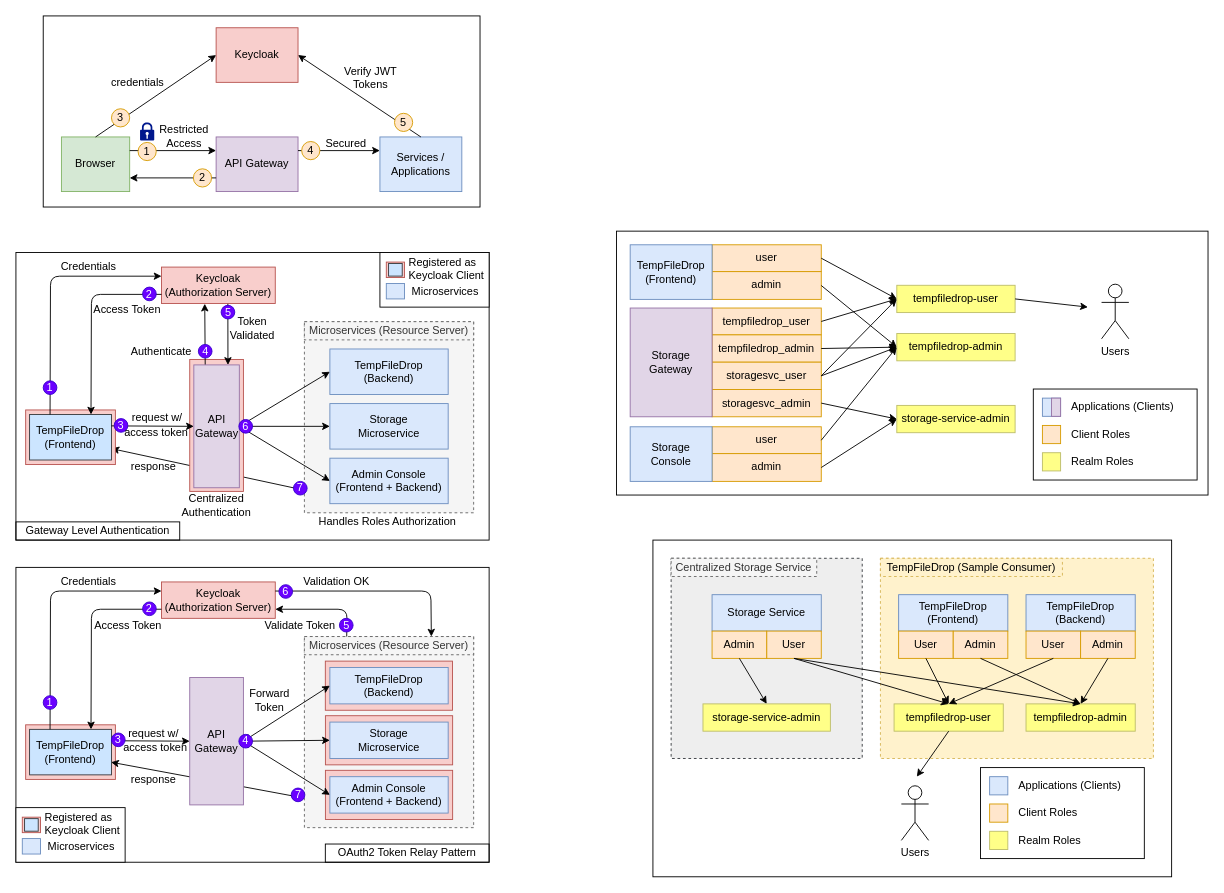
Earlier version of the draw.io diagram doc/keycloak.drawio (awarenessxz/TempFileDrop). Source tidied: cells renumbered, new cells numbered last; positions are measured from the earlier drawing's top-left corner, leaving out a move shared by most shapes. Both pictures are drawn from the tidied source at 91%, with x=0, y=0 at pixel (15, 15).
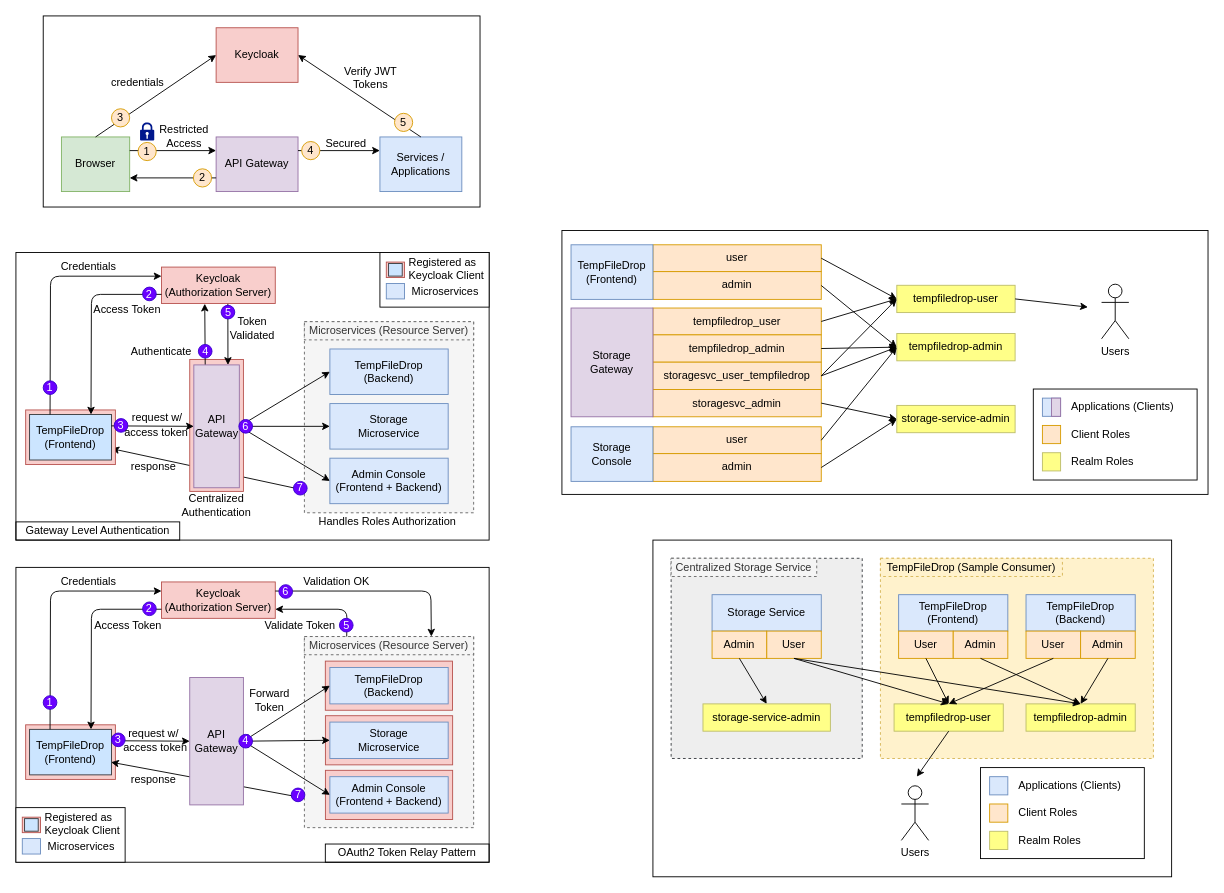
After the change.

Diff of the diagram source:
```diff
@@
     <mxCell id="2" style="rounded=0;whiteSpace=wrap;html=1;" parent="1" vertex="1">
-      <mxGeometry x="660" y="236.5" width="650" height="290" as="geometry" />
+      <mxGeometry x="600" y="235.8" width="710" height="290" as="geometry" />
     </mxCell>
@@
     <mxCell id="146" value="tempfiledrop_user" style="rounded=0;whiteSpace=wrap;html=1;align=center;verticalAlign=middle;fillColor=#ffe6cc;strokeColor=#d79b00;" parent="1" vertex="1">
-      <mxGeometry x="765" y="321" width="120" height="29.5" as="geometry" />
+      <mxGeometry x="700" y="321" width="185" height="29.5" as="geometry" />
     </mxCell>
     <mxCell id="147" value="tempfiledrop_admin" style="rounded=0;whiteSpace=wrap;html=1;align=center;verticalAlign=middle;fillColor=#ffe6cc;strokeColor=#d79b00;" parent="1" vertex="1">
-      <mxGeometry x="765" y="350.5" width="120" height="30" as="geometry" />
+      <mxGeometry x="700" y="350.5" width="185" height="30" as="geometry" />
     </mxCell>
-    <mxCell id="148" value="storagesvc_user" style="rounded=0;whiteSpace=wrap;html=1;align=center;verticalAlign=middle;fillColor=#ffe6cc;strokeColor=#d79b00;" parent="1" vertex="1">
-      <mxGeometry x="765" y="380.5" width="120" height="30" as="geometry" />
+    <mxCell id="148" value="storagesvc_user_tempfiledrop" style="rounded=0;whiteSpace=wrap;html=1;align=center;verticalAlign=middle;fillColor=#ffe6cc;strokeColor=#d79b00;" parent="1" vertex="1">
+      <mxGeometry x="700" y="380.5" width="185" height="30" as="geometry" />
     </mxCell>
     <mxCell id="149" value="storagesvc_admin" style="rounded=0;whiteSpace=wrap;html=1;align=center;verticalAlign=middle;fillColor=#ffe6cc;strokeColor=#d79b00;" parent="1" vertex="1">
-      <mxGeometry x="765" y="410.5" width="120" height="30" as="geometry" />
+      <mxGeometry x="700" y="410.5" width="185" height="30" as="geometry" />
     </mxCell>
     <mxCell id="150" value="Storage Gateway" style="rounded=0;whiteSpace=wrap;html=1;fillColor=#e1d5e7;strokeColor=#9673a6;" parent="1" vertex="1">
-      <mxGeometry x="675" y="321" width="90" height="119.5" as="geometry" />
+      <mxGeometry x="610" y="321" width="90" height="119.5" as="geometry" />
     </mxCell>
     <mxCell id="151" value="user" style="rounded=0;whiteSpace=wrap;html=1;align=center;verticalAlign=middle;fillColor=#ffe6cc;strokeColor=#d79b00;" parent="1" vertex="1">
-      <mxGeometry x="765" y="251.5" width="120" height="29.5" as="geometry" />
+      <mxGeometry x="700" y="251.5" width="185" height="29.5" as="geometry" />
     </mxCell>
     <mxCell id="152" value="admin" style="rounded=0;whiteSpace=wrap;html=1;align=center;verticalAlign=middle;fillColor=#ffe6cc;strokeColor=#d79b00;" parent="1" vertex="1">
-      <mxGeometry x="765" y="281" width="120" height="30.5" as="geometry" />
+      <mxGeometry x="700" y="281" width="185" height="30.5" as="geometry" />
     </mxCell>
     <mxCell id="153" value="TempFileDrop&lt;br&gt;(Frontend)" style="rounded=0;whiteSpace=wrap;html=1;fillColor=#dae8fc;strokeColor=#6c8ebf;" parent="1" vertex="1">
-      <mxGeometry x="675" y="251.5" width="90" height="60" as="geometry" />
+      <mxGeometry x="610" y="251.5" width="90" height="60" as="geometry" />
     </mxCell>
@@
     <mxCell id="173" value="user" style="rounded=0;whiteSpace=wrap;html=1;align=center;verticalAlign=middle;fillColor=#ffe6cc;strokeColor=#d79b00;" parent="1" vertex="1">
-      <mxGeometry x="765" y="451.5" width="120" height="29.5" as="geometry" />
+      <mxGeometry x="700" y="451.5" width="185" height="29.5" as="geometry" />
     </mxCell>
     <mxCell id="174" value="admin" style="rounded=0;whiteSpace=wrap;html=1;align=center;verticalAlign=middle;fillColor=#ffe6cc;strokeColor=#d79b00;" parent="1" vertex="1">
-      <mxGeometry x="765" y="481" width="120" height="30.5" as="geometry" />
+      <mxGeometry x="700" y="481" width="185" height="30.5" as="geometry" />
     </mxCell>
     <mxCell id="175" value="Storage&lt;br&gt;Console" style="rounded=0;whiteSpace=wrap;html=1;fillColor=#dae8fc;strokeColor=#6c8ebf;" parent="1" vertex="1">
-      <mxGeometry x="675" y="451.5" width="90" height="60" as="geometry" />
+      <mxGeometry x="610" y="451.5" width="90" height="60" as="geometry" />
     </mxCell>
```
